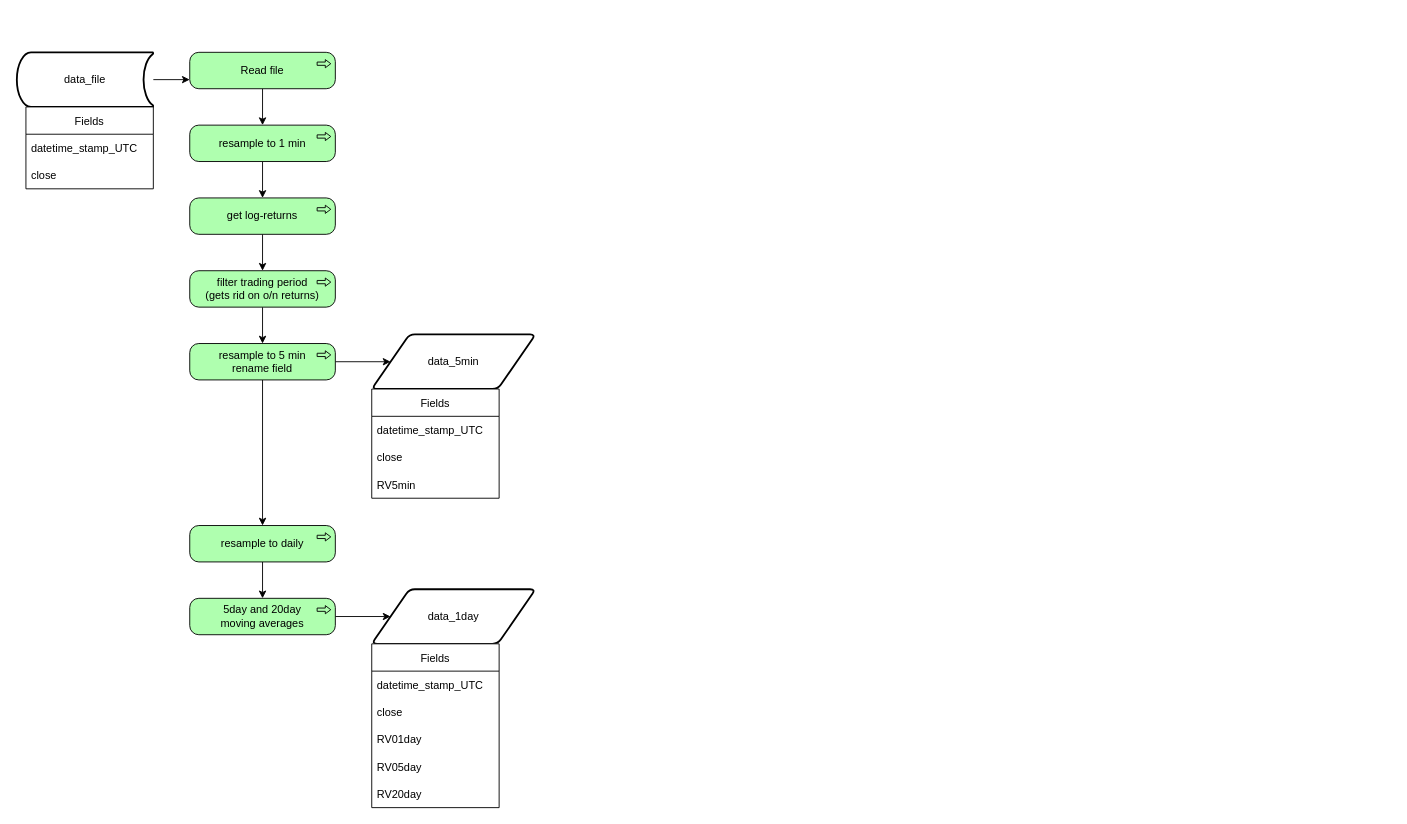
Before: Intraday_Expected_RV.drawio in IDontReallyCode/Intraday_expected_RV, a draw.io diagram. Source tidied: cells renumbered, new cells numbered last; positions are measured from the earlier drawing's top-left corner, leaving out a move shared by most shapes. Both pictures are drawn from the tidied source at 91%, with x=0, y=0 at pixel (16, 52). Pictures stored in the file or linked from it are replaced by grey dashed boxes.
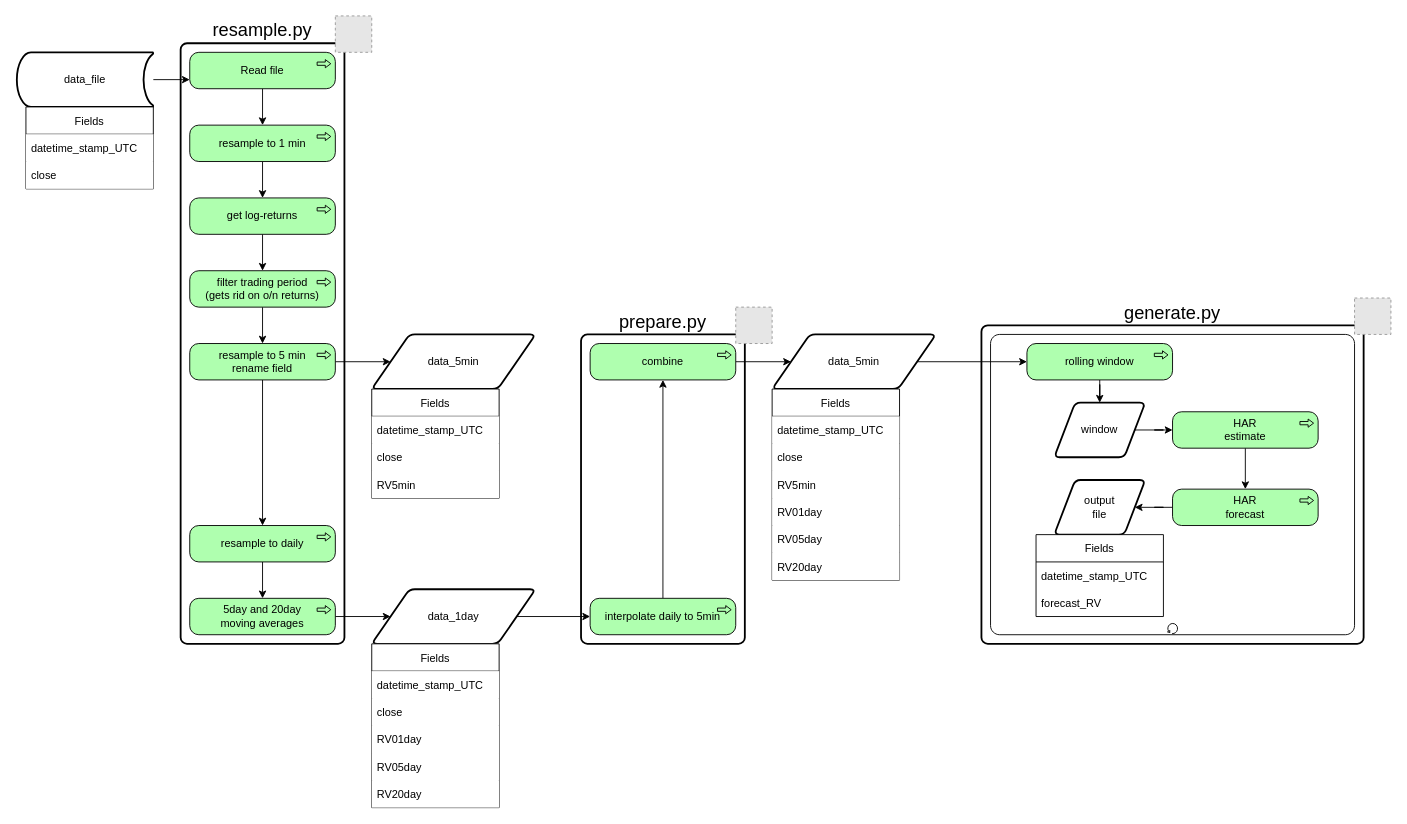
After the change.

The change refers to these unchanged cells:
```xml
<mxCell id="19" value="Fields" style="swimlane;fontStyle=0;horizontal=1;startSize=30;fontColor=#000000;" parent="1" vertex="1">
  <mxGeometry x="390" y="370" width="140" height="120" as="geometry" />
</mxCell>
<mxCell id="25" value="data_1day" style="shape=parallelogram;html=1;strokeWidth=2;perimeter=parallelogramPerimeter;whiteSpace=wrap;rounded=1;arcSize=12;size=0.23;fontColor=#000000;" parent="1" vertex="1">
  <mxGeometry x="390" y="590" width="180" height="60" as="geometry" />
</mxCell>
<mxCell id="26" value="Fields" style="swimlane;fontStyle=0;horizontal=1;startSize=30;fontColor=#000000;" parent="1" vertex="1">
  <mxGeometry x="390" y="650" width="140" height="180" as="geometry" />
</mxCell>
```

The edit, as a diff of the source:
```diff
@@
+    <mxCell id="34" value="generate.py" style="rounded=1;whiteSpace=wrap;html=1;absoluteArcSize=1;arcSize=14;strokeWidth=2;labelBackgroundColor=default;labelBorderColor=none;fontColor=#000000;fillColor=default;labelPosition=center;verticalLabelPosition=top;align=center;verticalAlign=bottom;fontSize=20;" parent="1" vertex="1">
+      <mxGeometry x="1060" y="300" width="420" height="350" as="geometry" />
+    </mxCell>
+    <mxCell id="35" style="fillColor=#E6E6E6;strokeColor=#999999;dashed=1;html=1;verticalAlign=top;verticalLabelPosition=bottom;labelBackgroundColor=#ffffff;fontSize=20;fontColor=#000000;" parent="1" vertex="1">
+      <mxGeometry x="1470" y="270" width="40" height="40" as="geometry" />
+    </mxCell>
+    <mxCell id="36" value="prepare.py" style="rounded=1;whiteSpace=wrap;html=1;absoluteArcSize=1;arcSize=14;strokeWidth=2;labelBackgroundColor=default;labelBorderColor=none;fontColor=#000000;fillColor=default;labelPosition=center;verticalLabelPosition=top;align=center;verticalAlign=bottom;fontSize=20;" parent="1" vertex="1">
+      <mxGeometry x="620" y="310" width="180" height="340" as="geometry" />
+    </mxCell>
+    <mxCell id="37" style="fillColor=#E6E6E6;strokeColor=#999999;dashed=1;html=1;verticalAlign=top;verticalLabelPosition=bottom;labelBackgroundColor=#ffffff;fontSize=20;fontColor=#000000;" parent="1" vertex="1">
+      <mxGeometry x="790" y="280" width="40" height="40" as="geometry" />
+    </mxCell>
+    <mxCell id="38" value="resample.py" style="rounded=1;whiteSpace=wrap;html=1;absoluteArcSize=1;arcSize=14;strokeWidth=2;labelBackgroundColor=default;labelBorderColor=none;fontColor=#000000;fillColor=default;labelPosition=center;verticalLabelPosition=top;align=center;verticalAlign=bottom;fontSize=20;" parent="1" vertex="1">
+      <mxGeometry x="180" y="-10" width="180" height="660" as="geometry" />
+    </mxCell>
+    <mxCell id="39" style="shape=mxgraph.bpmn.task;whiteSpace=wrap;rectStyle=rounded;size=10;taskMarker=abstract;isLoopStandard=1;fontColor=#000000;" parent="1" vertex="1">
+      <mxGeometry x="1070" y="310" width="400" height="330" as="geometry" />
+    </mxCell>
@@
-    <mxCell id="4" value="Fields" style="swimlane;fontStyle=0;horizontal=1;startSize=30;fontColor=#000000;" parent="1" vertex="1">
+    <mxCell id="4" value="Fields" style="swimlane;fontStyle=0;horizontal=1;startSize=30;fontColor=#000000;labelBackgroundColor=default;labelBorderColor=none;" parent="1" vertex="1">
       <mxGeometry x="10" y="60" width="140" height="90" as="geometry" />
     </mxCell>
-    <mxCell id="5" value="datetime_stamp_UTC" style="text;strokeColor=none;fillColor=none;align=left;verticalAlign=middle;spacingLeft=4;spacingRight=4;overflow=hidden;fontColor=#000000;" parent="4" vertex="1">
+    <mxCell id="5" value="datetime_stamp_UTC" style="text;strokeColor=none;fillColor=default;align=left;verticalAlign=middle;spacingLeft=4;spacingRight=4;overflow=hidden;fontColor=#000000;labelBackgroundColor=default;" parent="4" vertex="1">
       <mxGeometry y="30" width="140" height="30" as="geometry" />
     </mxCell>
-    <mxCell id="6" value="close" style="text;strokeColor=none;fillColor=none;align=left;verticalAlign=middle;spacingLeft=4;spacingRight=4;overflow=hidden;fontColor=#000000;" parent="4" vertex="1">
+    <mxCell id="6" value="close" style="text;strokeColor=none;fillColor=default;align=left;verticalAlign=middle;spacingLeft=4;spacingRight=4;overflow=hidden;fontColor=#000000;" parent="4" vertex="1">
       <mxGeometry y="60" width="140" height="30" as="geometry" />
     </mxCell>
@@
-    <mxCell id="20" value="datetime_stamp_UTC" style="text;strokeColor=none;fillColor=none;align=left;verticalAlign=middle;spacingLeft=4;spacingRight=4;overflow=hidden;fontColor=#000000;" parent="19" vertex="1">
+    <mxCell id="20" value="datetime_stamp_UTC" style="text;strokeColor=none;fillColor=default;align=left;verticalAlign=middle;spacingLeft=4;spacingRight=4;overflow=hidden;fontColor=#000000;" parent="19" vertex="1">
       <mxGeometry y="30" width="140" height="30" as="geometry" />
     </mxCell>
-    <mxCell id="21" value="close" style="text;strokeColor=none;fillColor=none;align=left;verticalAlign=middle;spacingLeft=4;spacingRight=4;overflow=hidden;fontColor=#000000;" parent="19" vertex="1">
+    <mxCell id="21" value="close" style="text;strokeColor=none;fillColor=default;align=left;verticalAlign=middle;spacingLeft=4;spacingRight=4;overflow=hidden;fontColor=#000000;" parent="19" vertex="1">
       <mxGeometry y="60" width="140" height="30" as="geometry" />
     </mxCell>
-    <mxCell id="22" value="RV5min" style="text;strokeColor=none;fillColor=none;align=left;verticalAlign=middle;spacingLeft=4;spacingRight=4;overflow=hidden;fontColor=#000000;" parent="19" vertex="1">
+    <mxCell id="22" value="RV5min" style="text;strokeColor=none;fillColor=default;align=left;verticalAlign=middle;spacingLeft=4;spacingRight=4;overflow=hidden;fontColor=#000000;" parent="19" vertex="1">
       <mxGeometry y="90" width="140" height="30" as="geometry" />
     </mxCell>
@@
+    <mxCell id="40" style="edgeStyle=orthogonalEdgeStyle;rounded=0;jettySize=auto;html=1;fontColor=#000000;" parent="1" edge="1" source="25" target="42">
+      <mxGeometry relative="1" as="geometry" />
+    </mxCell>
@@
-    <mxCell id="27" value="datetime_stamp_UTC" style="text;strokeColor=none;fillColor=none;align=left;verticalAlign=middle;spacingLeft=4;spacingRight=4;overflow=hidden;fontColor=#000000;" parent="26" vertex="1">
+    <mxCell id="27" value="datetime_stamp_UTC" style="text;strokeColor=none;fillColor=default;align=left;verticalAlign=middle;spacingLeft=4;spacingRight=4;overflow=hidden;fontColor=#000000;" parent="26" vertex="1">
       <mxGeometry y="30" width="140" height="30" as="geometry" />
     </mxCell>
-    <mxCell id="28" value="close" style="text;strokeColor=none;fillColor=none;align=left;verticalAlign=middle;spacingLeft=4;spacingRight=4;overflow=hidden;fontColor=#000000;" parent="26" vertex="1">
+    <mxCell id="28" value="close" style="text;strokeColor=none;fillColor=default;align=left;verticalAlign=middle;spacingLeft=4;spacingRight=4;overflow=hidden;fontColor=#000000;" parent="26" vertex="1">
       <mxGeometry y="60" width="140" height="30" as="geometry" />
     </mxCell>
-    <mxCell id="29" value="RV01day" style="text;strokeColor=none;fillColor=none;align=left;verticalAlign=middle;spacingLeft=4;spacingRight=4;overflow=hidden;fontColor=#000000;" parent="26" vertex="1">
+    <mxCell id="29" value="RV01day" style="text;strokeColor=none;fillColor=default;align=left;verticalAlign=middle;spacingLeft=4;spacingRight=4;overflow=hidden;fontColor=#000000;" parent="26" vertex="1">
       <mxGeometry y="90" width="140" height="30" as="geometry" />
     </mxCell>
-    <mxCell id="30" value="RV05day" style="text;strokeColor=none;fillColor=none;align=left;verticalAlign=middle;spacingLeft=4;spacingRight=4;overflow=hidden;fontColor=#000000;" parent="26" vertex="1">
+    <mxCell id="30" value="RV05day" style="text;strokeColor=none;fillColor=default;align=left;verticalAlign=middle;spacingLeft=4;spacingRight=4;overflow=hidden;fontColor=#000000;" parent="26" vertex="1">
       <mxGeometry y="120" width="140" height="30" as="geometry" />
     </mxCell>
-    <mxCell id="31" value="RV20day" style="text;strokeColor=none;fillColor=none;align=left;verticalAlign=middle;spacingLeft=4;spacingRight=4;overflow=hidden;fontColor=#000000;" parent="26" vertex="1">
+    <mxCell id="31" value="RV20day" style="text;strokeColor=none;fillColor=default;align=left;verticalAlign=middle;spacingLeft=4;spacingRight=4;overflow=hidden;fontColor=#000000;" parent="26" vertex="1">
       <mxGeometry y="150" width="140" height="30" as="geometry" />
     </mxCell>
@@
+    <mxCell id="41" style="edgeStyle=orthogonalEdgeStyle;rounded=0;jettySize=auto;html=1;exitX=0.5;exitY=0;exitDx=0;exitDy=0;exitPerimeter=0;entryX=0.5;entryY=1;entryDx=0;entryDy=0;entryPerimeter=0;fontColor=#000000;" parent="1" edge="1" source="42" target="44">
+      <mxGeometry relative="1" as="geometry" />
+    </mxCell>
+    <mxCell id="42" value="interpolate daily to 5min" style="html=1;outlineConnect=0;whiteSpace=wrap;fillColor=#AFFFAF;shape=mxgraph.archimate3.application;appType=proc;archiType=rounded;fontColor=#000000;" parent="1" vertex="1">
+      <mxGeometry x="630" y="600" width="160" height="40" as="geometry" />
+    </mxCell>
+    <mxCell id="43" style="edgeStyle=orthogonalEdgeStyle;rounded=0;jettySize=auto;html=1;fontColor=#000000;" parent="1" edge="1" source="44" target="46">
+      <mxGeometry relative="1" as="geometry" />
+    </mxCell>
+    <mxCell id="44" value="combine" style="html=1;outlineConnect=0;whiteSpace=wrap;fillColor=#AFFFAF;shape=mxgraph.archimate3.application;appType=proc;archiType=rounded;fontColor=#000000;" parent="1" vertex="1">
+      <mxGeometry x="630" y="320" width="160" height="40" as="geometry" />
+    </mxCell>
+    <mxCell id="45" style="edgeStyle=orthogonalEdgeStyle;rounded=0;jettySize=auto;html=1;exitX=1;exitY=0.5;exitDx=0;exitDy=0;entryX=0;entryY=0.5;entryDx=0;entryDy=0;entryPerimeter=0;fontColor=#000000;" parent="1" edge="1" source="46" target="59">
+      <mxGeometry relative="1" as="geometry" />
+    </mxCell>
+    <mxCell id="46" value="data_5min" style="shape=parallelogram;html=1;strokeWidth=2;perimeter=parallelogramPerimeter;whiteSpace=wrap;rounded=1;arcSize=12;size=0.23;fontColor=#000000;" parent="1" vertex="1">
+      <mxGeometry x="830" y="310" width="180" height="60" as="geometry" />
+    </mxCell>
+    <mxCell id="47" value="Fields" style="swimlane;fontStyle=0;horizontal=1;startSize=30;fontColor=#000000;" parent="1" vertex="1">
+      <mxGeometry x="830" y="370" width="140" height="210" as="geometry" />
+    </mxCell>
+    <mxCell id="48" value="datetime_stamp_UTC" style="text;strokeColor=none;fillColor=default;align=left;verticalAlign=middle;spacingLeft=4;spacingRight=4;overflow=hidden;fontColor=#000000;" parent="47" vertex="1">
+      <mxGeometry y="30" width="140" height="30" as="geometry" />
+    </mxCell>
+    <mxCell id="49" value="close" style="text;strokeColor=none;fillColor=default;align=left;verticalAlign=middle;spacingLeft=4;spacingRight=4;overflow=hidden;fontColor=#000000;" parent="47" vertex="1">
+      <mxGeometry y="60" width="140" height="30" as="geometry" />
+    </mxCell>
+    <mxCell id="50" value="RV5min" style="text;strokeColor=none;fillColor=default;align=left;verticalAlign=middle;spacingLeft=4;spacingRight=4;overflow=hidden;fontColor=#000000;" parent="47" vertex="1">
+      <mxGeometry y="90" width="140" height="30" as="geometry" />
+    </mxCell>
+    <mxCell id="51" value="RV01day" style="text;strokeColor=none;fillColor=default;align=left;verticalAlign=middle;spacingLeft=4;spacingRight=4;overflow=hidden;fontColor=#000000;" parent="47" vertex="1">
+      <mxGeometry y="120" width="140" height="30" as="geometry" />
+    </mxCell>
+    <mxCell id="52" value="RV05day" style="text;strokeColor=none;fillColor=default;align=left;verticalAlign=middle;spacingLeft=4;spacingRight=4;overflow=hidden;fontColor=#000000;" parent="47" vertex="1">
+      <mxGeometry y="150" width="140" height="30" as="geometry" />
+    </mxCell>
+    <mxCell id="53" value="RV20day" style="text;strokeColor=none;fillColor=default;align=left;verticalAlign=middle;spacingLeft=4;spacingRight=4;overflow=hidden;fontColor=#000000;" parent="47" vertex="1">
+      <mxGeometry y="180" width="140" height="30" as="geometry" />
+    </mxCell>
+    <mxCell id="54" style="edgeStyle=orthogonalEdgeStyle;rounded=0;jettySize=auto;html=1;fontColor=#000000;" parent="1" edge="1" source="55" target="57">
+      <mxGeometry relative="1" as="geometry" />
+    </mxCell>
+    <mxCell id="55" value="&lt;div&gt;HAR&lt;/div&gt;estimate" style="html=1;outlineConnect=0;whiteSpace=wrap;fillColor=#AFFFAF;shape=mxgraph.archimate3.application;appType=proc;archiType=rounded;fontColor=#000000;" parent="1" vertex="1">
+      <mxGeometry x="1270" y="395" width="160" height="40" as="geometry" />
+    </mxCell>
+    <mxCell id="56" style="edgeStyle=orthogonalEdgeStyle;rounded=0;jettySize=auto;html=1;fontColor=#000000;" parent="1" edge="1" source="57" target="62">
+      <mxGeometry relative="1" as="geometry" />
+    </mxCell>
+    <mxCell id="57" value="&lt;div&gt;HAR&lt;/div&gt;forecast" style="html=1;outlineConnect=0;whiteSpace=wrap;fillColor=#AFFFAF;shape=mxgraph.archimate3.application;appType=proc;archiType=rounded;fontColor=#000000;" parent="1" vertex="1">
+      <mxGeometry x="1270" y="480" width="160" height="40" as="geometry" />
+    </mxCell>
+    <mxCell id="58" style="edgeStyle=orthogonalEdgeStyle;rounded=0;jettySize=auto;html=1;fontColor=#000000;" parent="1" edge="1" source="59" target="61">
+      <mxGeometry relative="1" as="geometry" />
+    </mxCell>
+    <mxCell id="59" value="rolling window" style="html=1;outlineConnect=0;whiteSpace=wrap;fillColor=#AFFFAF;shape=mxgraph.archimate3.application;appType=proc;archiType=rounded;fontColor=#000000;" parent="1" vertex="1">
+      <mxGeometry x="1110" y="320" width="160" height="40" as="geometry" />
+    </mxCell>
+    <mxCell id="60" style="edgeStyle=orthogonalEdgeStyle;rounded=0;jettySize=auto;html=1;exitX=1;exitY=0.5;exitDx=0;exitDy=0;entryX=0;entryY=0.5;entryDx=0;entryDy=0;entryPerimeter=0;fontColor=#000000;" parent="1" edge="1" source="61" target="55">
+      <mxGeometry relative="1" as="geometry" />
+    </mxCell>
+    <mxCell id="61" value="window" style="shape=parallelogram;html=1;strokeWidth=2;perimeter=parallelogramPerimeter;whiteSpace=wrap;rounded=1;arcSize=12;size=0.23;fontColor=#000000;" parent="1" vertex="1">
+      <mxGeometry x="1140" y="385" width="100" height="60" as="geometry" />
+    </mxCell>
+    <mxCell id="62" value="&lt;div&gt;output&lt;/div&gt;&lt;div&gt;file&lt;br&gt;&lt;/div&gt;" style="shape=parallelogram;html=1;strokeWidth=2;perimeter=parallelogramPerimeter;whiteSpace=wrap;rounded=1;arcSize=12;size=0.23;fontColor=#000000;" parent="1" vertex="1">
+      <mxGeometry x="1140" y="470" width="100" height="60" as="geometry" />
+    </mxCell>
+    <mxCell id="63" value="Fields" style="swimlane;fontStyle=0;horizontal=1;startSize=30;fontColor=#000000;" parent="1" vertex="1">
+      <mxGeometry x="1120" y="530" width="140" height="90" as="geometry" />
+    </mxCell>
+    <mxCell id="64" value="datetime_stamp_UTC" style="text;strokeColor=none;fillColor=none;align=left;verticalAlign=middle;spacingLeft=4;spacingRight=4;overflow=hidden;fontColor=#000000;" parent="63" vertex="1">
+      <mxGeometry y="30" width="140" height="30" as="geometry" />
+    </mxCell>
+    <mxCell id="65" value="forecast_RV" style="text;strokeColor=none;fillColor=none;align=left;verticalAlign=middle;spacingLeft=4;spacingRight=4;overflow=hidden;fontColor=#000000;" parent="63" vertex="1">
+      <mxGeometry y="60" width="140" height="30" as="geometry" />
+    </mxCell>
+    <mxCell id="66" style="fillColor=#E6E6E6;strokeColor=#999999;dashed=1;html=1;verticalAlign=top;verticalLabelPosition=bottom;labelBackgroundColor=#ffffff;fontSize=20;fontColor=#000000;" parent="1" vertex="1">
+      <mxGeometry x="350" y="-40" width="40" height="40" as="geometry" />
+    </mxCell>
```
